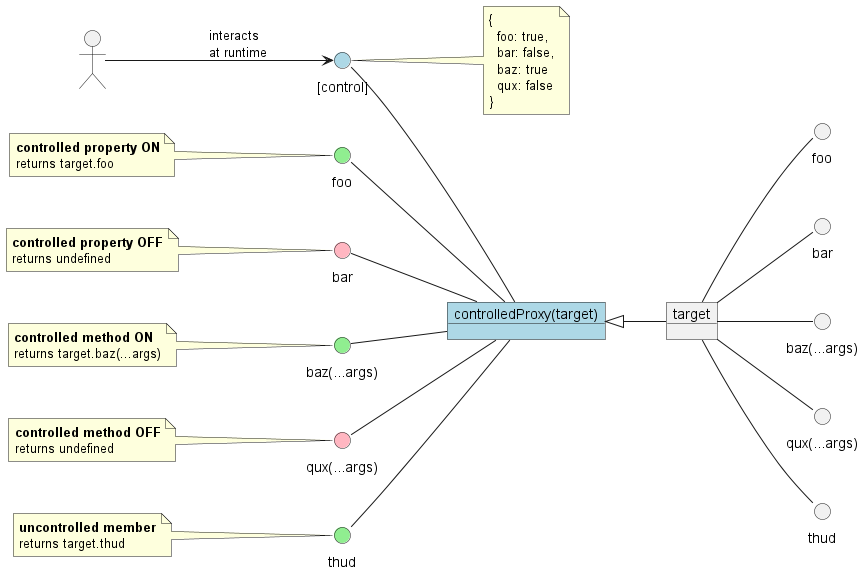
Earlier version of the PlantUML export assets/controlled-proxy.png (karmaniverous/controlled-proxy).
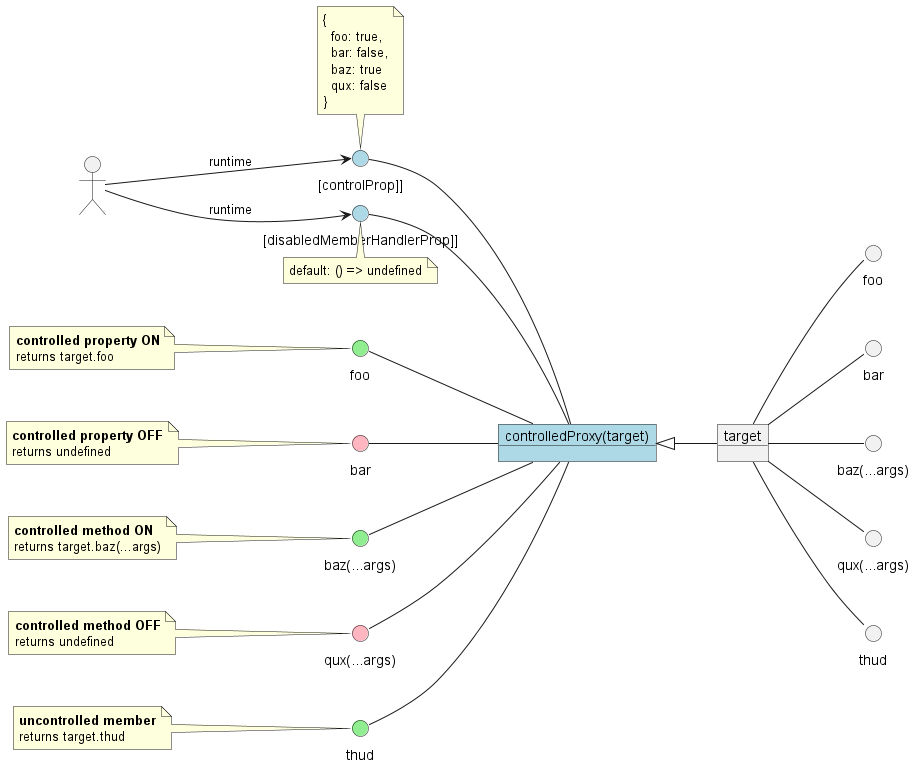
Later version of the same file.

Commit message:
updted diagram

The edit, as a diff of the source:
```diff
@@ -8,8 +8,8 @@
 
 actor " " as dev
 
-circle "[control]" as controlInterface #LightBlue
-note right of controlInterface
+circle "[controlProp]]" as controlInterface #LightBlue
+note top of controlInterface
   {
     foo: true,
     bar: false,
@@ -17,7 +17,13 @@
     qux: false
   }
 end note
-dev --> controlInterface: interacts\nat runtime
+dev --> controlInterface: runtime
+
+circle "[disabledMemberHandlerProp]]" as disabledInterface #LightBlue
+note bottom of disabledInterface
+  default: () => undefined
+end note
+dev --> disabledInterface: runtime
 
 circle "foo" as proxyFoo #LightGreen
 note left of proxyFoo
@@ -52,6 +58,7 @@
 object "controlledProxy(target)" as proxy #LightBlue
 
 controlInterface -- proxy
+disabledInterface -- proxy
 proxyFoo -- proxy
 proxyBar -- proxy
 proxyBaz -- proxy
```
